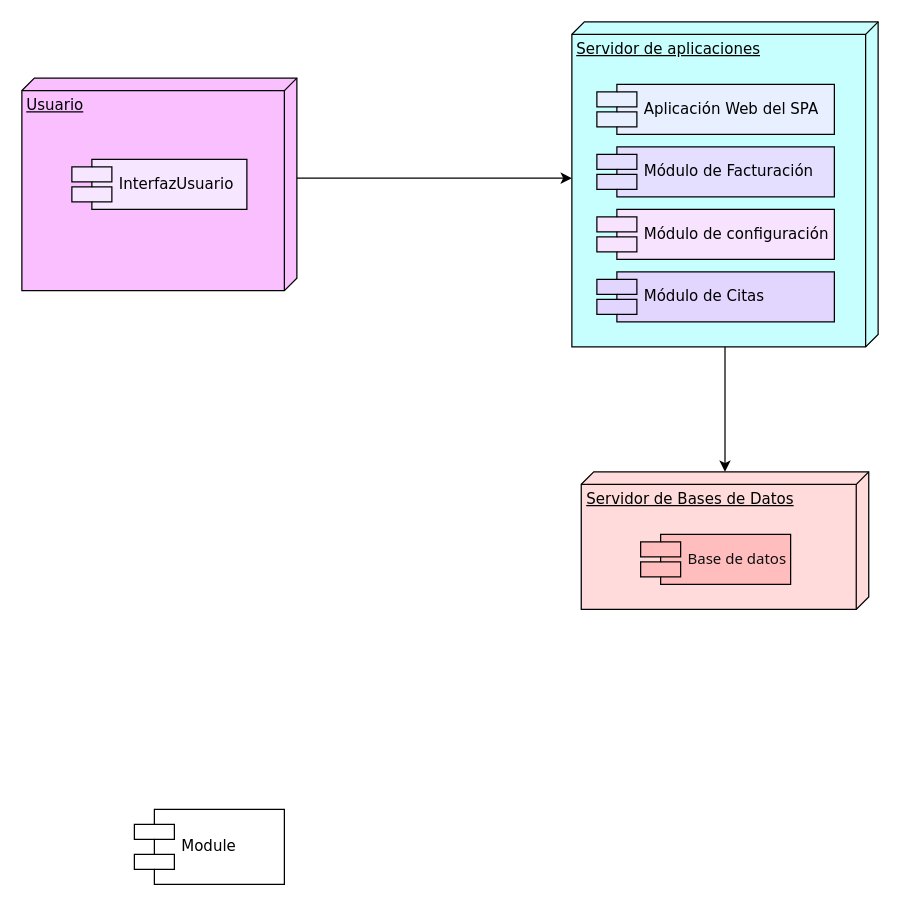
Above: Untitled Diagram.drawio in Jeisyp1/Ingenieria-de-software (draw.io), before the change. Source tidied: cells renumbered, new cells numbered last; positions are measured from the earlier drawing's top-left corner, leaving out a move shared by most shapes. Both pictures are drawn from the tidied source at 125%, with x=0, y=0 at pixel (21, 21).
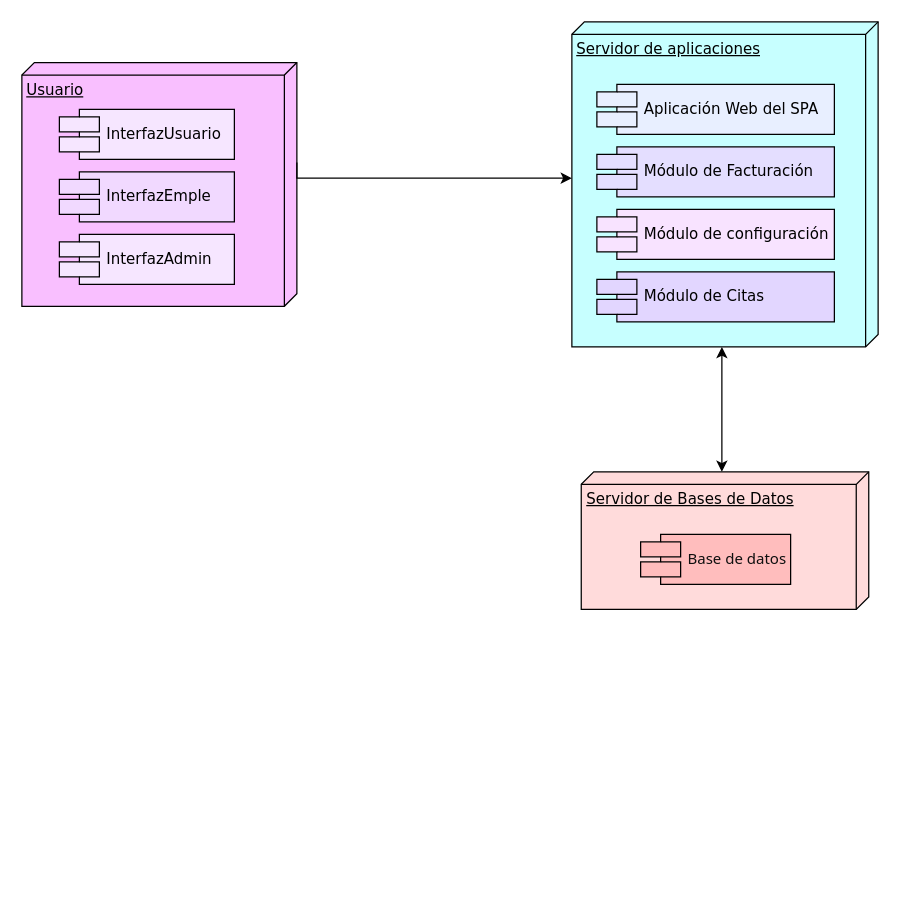
The same diagram, later.

Change to the diagram source:
```diff
@@
 <mxGraphModel>
   <root>
     <mxCell id="0" />
     <mxCell id="1" parent="0" />
     <mxCell id="2" value="Usuario" style="verticalAlign=top;align=left;spacingTop=8;spacingLeft=2;spacingRight=12;shape=cube;size=10;direction=south;fontStyle=4;html=1;rounded=0;shadow=0;comic=0;labelBackgroundColor=none;strokeWidth=1;fontFamily=Verdana;fontSize=12;fillColor=#F9BFFF;" parent="1" vertex="1">
-      <mxGeometry y="45" width="220" height="170" as="geometry" />
+      <mxGeometry y="32.5" width="220" height="195" as="geometry" />
     </mxCell>
-    <mxCell id="3" style="edgeStyle=orthogonalEdgeStyle;rounded=0;jettySize=auto;html=1;" parent="1" edge="1" source="4" target="5">
-      <mxGeometry relative="1" as="geometry" />
-    </mxCell>
     <mxCell id="4" value="Servidor de aplicaciones" style="verticalAlign=top;align=left;spacingTop=8;spacingLeft=2;spacingRight=12;shape=cube;size=10;direction=south;fontStyle=4;html=1;rounded=0;shadow=0;comic=0;labelBackgroundColor=none;strokeWidth=1;fontFamily=Verdana;fontSize=12;fillColor=#C7FFFF;" parent="1" vertex="1">
       <mxGeometry x="440" width="245" height="260" as="geometry" />
     </mxCell>
     <mxCell id="5" value="Servidor de Bases de Datos" style="verticalAlign=top;align=left;spacingTop=8;spacingLeft=2;spacingRight=12;shape=cube;size=10;direction=south;fontStyle=4;html=1;rounded=0;shadow=0;comic=0;labelBackgroundColor=none;strokeWidth=1;fontFamily=Verdana;fontSize=12;fillColor=#FFDBDB;" parent="1" vertex="1">
       <mxGeometry x="447.5" y="360" width="230" height="110" as="geometry" />
     </mxCell>
     <mxCell id="6" value="InterfazUsuario" style="shape=component;align=left;spacingLeft=36;rounded=0;shadow=0;comic=0;labelBackgroundColor=none;strokeWidth=1;fontFamily=Verdana;fontSize=12;html=1;fillColor=#F6E6FF;" parent="1" vertex="1">
-      <mxGeometry x="40" y="110" width="140" height="40" as="geometry" />
+      <mxGeometry x="30" y="70" width="140" height="40" as="geometry" />
     </mxCell>
-    <mxCell id="7" value="Module" style="shape=component;align=left;spacingLeft=36;rounded=0;shadow=0;comic=0;labelBackgroundColor=none;strokeWidth=1;fontFamily=Verdana;fontSize=12;html=1;" parent="1" vertex="1">
-      <mxGeometry x="90" y="630" width="120" height="60" as="geometry" />
-    </mxCell>
     <mxCell id="8" value="Módulo de Citas&amp;nbsp;" style="shape=component;align=left;spacingLeft=36;rounded=0;shadow=0;comic=0;labelBackgroundColor=none;strokeWidth=1;fontFamily=Verdana;fontSize=12;html=1;fillColor=#E2D6FF;" parent="1" vertex="1">
       <mxGeometry x="460" y="200" width="190" height="40" as="geometry" />
     </mxCell>
     <mxCell id="9" style="edgeStyle=orthogonalEdgeStyle;rounded=0;jettySize=auto;html=1;exitX=0;exitY=0;exitDx=80;exitDy=0;exitPerimeter=0;" parent="1" edge="1" source="2" target="4">
       <mxGeometry relative="1" as="geometry">
         <Array as="points">
           <mxPoint x="390" y="125" />
           <mxPoint x="390" y="125" />
         </Array>
       </mxGeometry>
     </mxCell>
     <mxCell id="10" value="Aplicación Web del SPA" style="shape=component;align=left;spacingLeft=36;rounded=0;shadow=0;comic=0;labelBackgroundColor=none;strokeWidth=1;fontFamily=Verdana;fontSize=12;html=1;fillColor=#E8EFFF;" parent="1" vertex="1">
       <mxGeometry x="460" y="50" width="190" height="40" as="geometry" />
     </mxCell>
     <mxCell id="11" value="&lt;p style=&quot;border: 0px solid rgb(217, 217, 227); box-sizing: border-box; --tw-border-spacing-x: 0; --tw-border-spacing-y: 0; --tw-translate-x: 0; --tw-translate-y: 0; --tw-rotate: 0; --tw-skew-x: 0; --tw-skew-y: 0; --tw-scale-x: 1; --tw-scale-y: 1; --tw-pan-x: ; --tw-pan-y: ; --tw-pinch-zoom: ; --tw-scroll-snap-strictness: proximity; --tw-gradient-from-position: ; --tw-gradient-via-position: ; --tw-gradient-to-position: ; --tw-ordinal: ; --tw-slashed-zero: ; --tw-numeric-figure: ; --tw-numeric-spacing: ; --tw-numeric-fraction: ; --tw-ring-inset: ; --tw-ring-offset-width: 0px; --tw-ring-offset-color: #fff; --tw-ring-color: rgba(69,89,164,.5); --tw-ring-offset-shadow: 0 0 transparent; --tw-ring-shadow: 0 0 transparent; --tw-shadow: 0 0 transparent; --tw-shadow-colored: 0 0 transparent; --tw-blur: ; --tw-brightness: ; --tw-contrast: ; --tw-grayscale: ; --tw-hue-rotate: ; --tw-invert: ; --tw-saturate: ; --tw-sepia: ; --tw-drop-shadow: ; --tw-backdrop-blur: ; --tw-backdrop-brightness: ; --tw-backdrop-contrast: ; --tw-backdrop-grayscale: ; --tw-backdrop-hue-rotate: ; --tw-backdrop-invert: ; --tw-backdrop-opacity: ; --tw-backdrop-saturate: ; --tw-backdrop-sepia: ; margin: 0px; color: rgb(15, 15, 15); font-family: Söhne, ui-sans-serif, system-ui, -apple-system, &amp;quot;Segoe UI&amp;quot;, Roboto, Ubuntu, Cantarell, &amp;quot;Noto Sans&amp;quot;, sans-serif, &amp;quot;Helvetica Neue&amp;quot;, Arial, &amp;quot;Apple Color Emoji&amp;quot;, &amp;quot;Segoe UI Emoji&amp;quot;, &amp;quot;Segoe UI Symbol&amp;quot;, &amp;quot;Noto Color Emoji&amp;quot;;&quot;&gt;&lt;font style=&quot;vertical-align: inherit; font-size: 12px;&quot;&gt;Base de datos&lt;/font&gt;&lt;/p&gt;&lt;ul style=&quot;border: 0px solid rgb(217, 217, 227); box-sizing: border-box; --tw-border-spacing-x: 0; --tw-border-spacing-y: 0; --tw-translate-x: 0; --tw-translate-y: 0; --tw-rotate: 0; --tw-skew-x: 0; --tw-skew-y: 0; --tw-scale-x: 1; --tw-scale-y: 1; --tw-pan-x: ; --tw-pan-y: ; --tw-pinch-zoom: ; --tw-scroll-snap-strictness: proximity; --tw-gradient-from-position: ; --tw-gradient-via-position: ; --tw-gradient-to-position: ; --tw-ordinal: ; --tw-slashed-zero: ; --tw-numeric-figure: ; --tw-numeric-spacing: ; --tw-numeric-fraction: ; --tw-ring-inset: ; --tw-ring-offset-width: 0px; --tw-ring-offset-color: #fff; --tw-ring-color: rgba(69,89,164,.5); --tw-ring-offset-shadow: 0 0 transparent; --tw-ring-shadow: 0 0 transparent; --tw-shadow: 0 0 transparent; --tw-shadow-colored: 0 0 transparent; --tw-blur: ; --tw-brightness: ; --tw-contrast: ; --tw-grayscale: ; --tw-hue-rotate: ; --tw-invert: ; --tw-saturate: ; --tw-sepia: ; --tw-drop-shadow: ; --tw-backdrop-blur: ; --tw-backdrop-brightness: ; --tw-backdrop-contrast: ; --tw-backdrop-grayscale: ; --tw-backdrop-hue-rotate: ; --tw-backdrop-invert: ; --tw-backdrop-opacity: ; --tw-backdrop-saturate: ; --tw-backdrop-sepia: ; list-style-position: initial; list-style-image: initial; margin: 0px 0px 0px 1rem; padding: 0px; display: flex; flex-direction: column; color: rgb(15, 15, 15); font-family: Söhne, ui-sans-serif, system-ui, -apple-system, &amp;quot;Segoe UI&amp;quot;, Roboto, Ubuntu, Cantarell, &amp;quot;Noto Sans&amp;quot;, sans-serif, &amp;quot;Helvetica Neue&amp;quot;, Arial, &amp;quot;Apple Color Emoji&amp;quot;, &amp;quot;Segoe UI Emoji&amp;quot;, &amp;quot;Segoe UI Symbol&amp;quot;, &amp;quot;Noto Color Emoji&amp;quot;; font-size: 16px;&quot;&gt;&lt;/ul&gt;" style="shape=component;align=left;spacingLeft=36;rounded=0;shadow=0;comic=0;labelBackgroundColor=none;strokeWidth=1;fontFamily=Verdana;fontSize=12;html=1;fillColor=#FFBDBD;" parent="1" vertex="1">
       <mxGeometry x="495" y="410" width="120" height="40" as="geometry" />
     </mxCell>
     <mxCell id="12" value="Módulo de Facturación" style="shape=component;align=left;spacingLeft=36;rounded=0;shadow=0;comic=0;labelBackgroundColor=none;strokeWidth=1;fontFamily=Verdana;fontSize=12;html=1;fillColor=#E4DEFF;" parent="1" vertex="1">
       <mxGeometry x="460" y="100" width="190" height="40" as="geometry" />
     </mxCell>
     <mxCell id="13" value="Módulo de configuración" style="shape=component;align=left;spacingLeft=36;rounded=0;shadow=0;comic=0;labelBackgroundColor=none;strokeWidth=1;fontFamily=Verdana;fontSize=12;html=1;fillColor=#F8E3FF;" parent="1" vertex="1">
       <mxGeometry x="460" y="150" width="190" height="40" as="geometry" />
     </mxCell>
+    <mxCell id="14" style="endArrow=classic;startArrow=classic;html=1;rounded=0;" parent="1" edge="1">
+      <mxGeometry relative="1" as="geometry">
+        <mxPoint x="560" y="360" as="sourcePoint" />
+        <mxPoint x="560" y="260" as="targetPoint" />
+      </mxGeometry>
+    </mxCell>
+    <mxCell id="15" value="InterfazEmple" style="shape=component;align=left;spacingLeft=36;rounded=0;shadow=0;comic=0;labelBackgroundColor=none;strokeWidth=1;fontFamily=Verdana;fontSize=12;html=1;fillColor=#F1D9FF;" parent="1" vertex="1">
+      <mxGeometry x="30" y="120" width="140" height="40" as="geometry" />
+    </mxCell>
+    <mxCell id="16" value="InterfazAdmin" style="shape=component;align=left;spacingLeft=36;rounded=0;shadow=0;comic=0;labelBackgroundColor=none;strokeWidth=1;fontFamily=Verdana;fontSize=12;html=1;fillColor=#F6E6FF;" parent="1" vertex="1">
+      <mxGeometry x="30" y="170" width="140" height="40" as="geometry" />
+    </mxCell>
   </root>
 </mxGraphModel>
```
